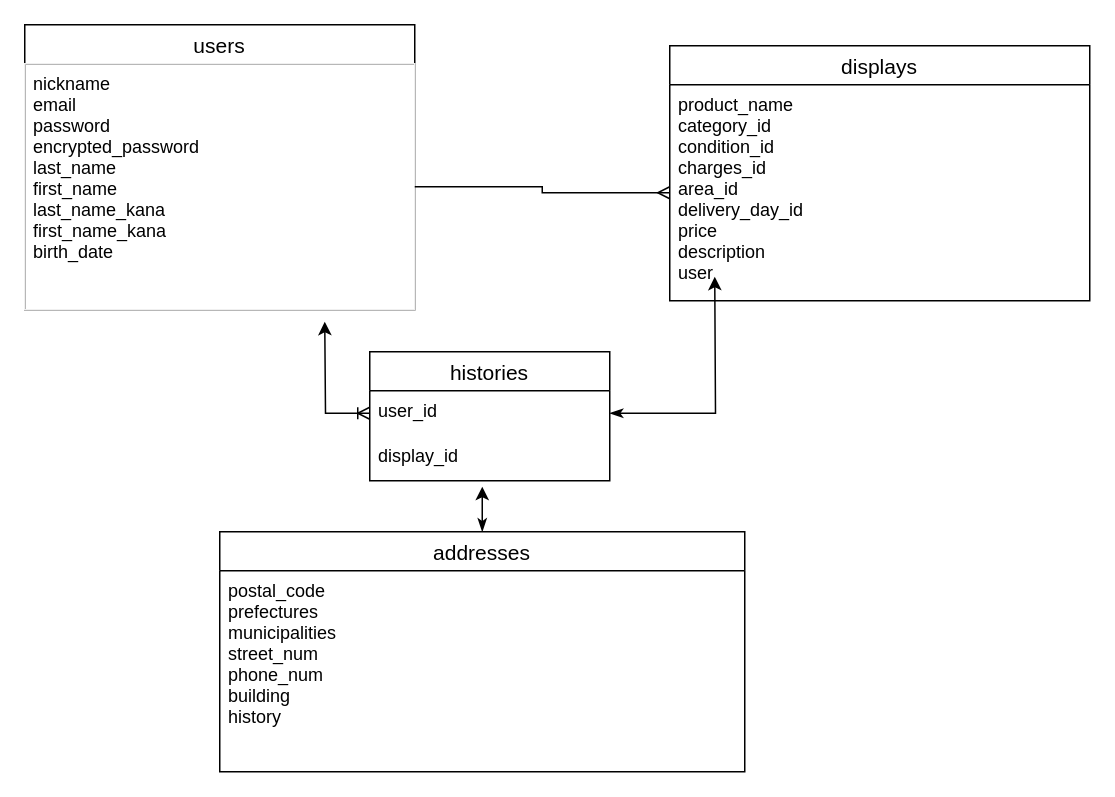
Before: furima.dio in isseiyasuda/furima-31961, a draw.io diagram. Source tidied: cells renumbered, new cells numbered last; positions are measured from the earlier drawing's top-left corner, leaving out a move shared by most shapes. Both pictures are drawn from the tidied source at 150%, with x=0, y=0 at pixel (24, 24).
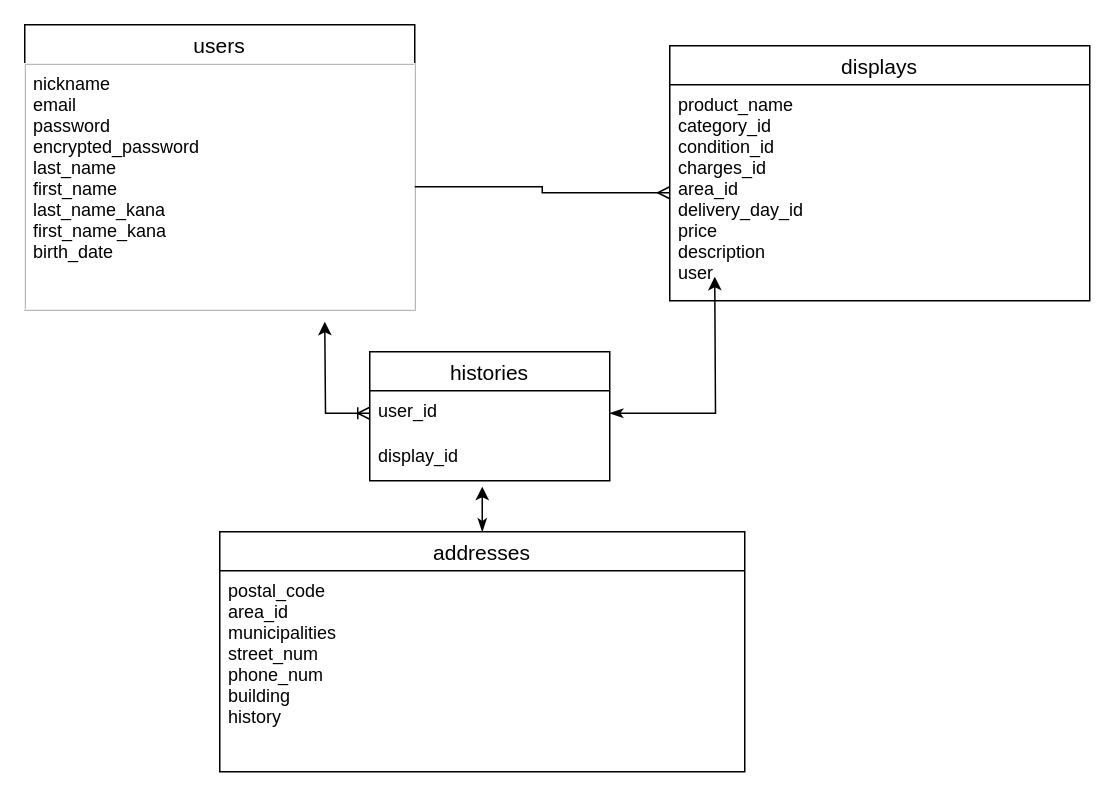
After the change.

The edit, as a diff of the source:
```diff
@@
 <mxGraphModel>
   <root>
     <mxCell id="0" />
     <mxCell id="1" parent="0" />
     <mxCell id="2" value="users" style="swimlane;fontStyle=0;horizontal=1;startSize=26;align=center;fontSize=14;" parent="1" vertex="1">
       <mxGeometry width="260" height="190" as="geometry" />
     </mxCell>
     <mxCell id="3" value="nickname&#10;email&#10;password&#10;encrypted_password&#10;last_name&#10;first_name&#10;last_name_kana&#10;first_name_kana&#10;birth_date&#10;" style="text;fillColor=none;spacingLeft=4;spacingRight=4;overflow=hidden;points=[[0,0.5],[1,0.5]];portConstraint=eastwest;fontSize=12;strokeColor=#f0f0f0;" parent="2" vertex="1">
       <mxGeometry y="26" width="260" height="164" as="geometry" />
     </mxCell>
     <mxCell id="4" value="displays" style="swimlane;fontStyle=0;horizontal=1;startSize=26;align=center;fontSize=14;" parent="1" vertex="1">
       <mxGeometry x="430" y="14" width="280" height="170" as="geometry" />
     </mxCell>
     <mxCell id="5" value="product_name&#10;category_id&#10;condition_id&#10;charges_id&#10;area_id&#10;delivery_day_id&#10;price&#10;description&#10;user" style="text;strokeColor=none;fillColor=none;spacingLeft=4;spacingRight=4;overflow=hidden;points=[[0,0.5],[1,0.5]];portConstraint=eastwest;fontSize=12;" parent="4" vertex="1">
       <mxGeometry y="26" width="280" height="144" as="geometry" />
     </mxCell>
     <mxCell id="6" style="edgeStyle=orthogonalEdgeStyle;rounded=0;jettySize=auto;html=1;exitX=0.5;exitY=0;exitDx=0;exitDy=0;startArrow=classicThin;startFill=1;" parent="1" edge="1" source="7">
       <mxGeometry relative="1" as="geometry">
         <mxPoint x="305" y="308" as="targetPoint" />
       </mxGeometry>
     </mxCell>
     <mxCell id="7" value="addresses" style="swimlane;fontStyle=0;horizontal=1;startSize=26;align=center;fontSize=14;" parent="1" vertex="1">
       <mxGeometry x="130" y="338" width="350" height="160" as="geometry" />
     </mxCell>
-    <mxCell id="8" value="postal_code&#10;prefectures&#10;municipalities&#10;street_num&#10;phone_num&#10;building&#10;history" style="text;strokeColor=none;fillColor=none;spacingLeft=4;spacingRight=4;overflow=hidden;fontSize=12;" parent="7" vertex="1">
+    <mxCell id="8" value="postal_code&#10;area_id&#10;municipalities&#10;street_num&#10;phone_num&#10;building&#10;history" style="text;strokeColor=none;fillColor=none;spacingLeft=4;spacingRight=4;overflow=hidden;fontSize=12;" parent="7" vertex="1">
       <mxGeometry y="26" width="350" height="134" as="geometry" />
     </mxCell>
     <mxCell id="9" style="edgeStyle=orthogonalEdgeStyle;rounded=0;jettySize=auto;html=1;entryX=0;entryY=0.5;entryDx=0;entryDy=0;endArrow=ERmany;endFill=0;" parent="1" edge="1" source="3" target="5">
       <mxGeometry relative="1" as="geometry" />
     </mxCell>
     <mxCell id="10" value="histories" style="swimlane;fontStyle=0;horizontal=1;startSize=26;align=center;fontSize=14;" parent="1" vertex="1">
       <mxGeometry x="230" y="218" width="160" height="86" as="geometry" />
     </mxCell>
     <mxCell id="11" value="user_id" style="text;fillColor=none;spacingLeft=4;spacingRight=4;overflow=hidden;points=[[0,0.5],[1,0.5]];portConstraint=eastwest;fontSize=12;" parent="10" vertex="1">
       <mxGeometry y="26" width="160" height="30" as="geometry" />
     </mxCell>
     <mxCell id="12" value="display_id" style="text;strokeColor=none;fillColor=none;spacingLeft=4;spacingRight=4;overflow=hidden;fontSize=12;" parent="10" vertex="1">
       <mxGeometry y="56" width="160" height="30" as="geometry" />
     </mxCell>
     <mxCell id="13" style="edgeStyle=orthogonalEdgeStyle;rounded=0;jettySize=auto;html=1;exitX=0;exitY=0.5;exitDx=0;exitDy=0;startArrow=ERoneToMany;startFill=0;" parent="1" edge="1" source="11">
       <mxGeometry relative="1" as="geometry">
         <mxPoint x="200" y="198" as="targetPoint" />
       </mxGeometry>
     </mxCell>
     <mxCell id="14" style="edgeStyle=orthogonalEdgeStyle;rounded=0;jettySize=auto;html=1;exitX=1;exitY=0.5;exitDx=0;exitDy=0;startArrow=classicThin;startFill=1;" parent="1" edge="1" source="11">
       <mxGeometry relative="1" as="geometry">
         <mxPoint x="460" y="168" as="targetPoint" />
       </mxGeometry>
     </mxCell>
   </root>
 </mxGraphModel>
```
